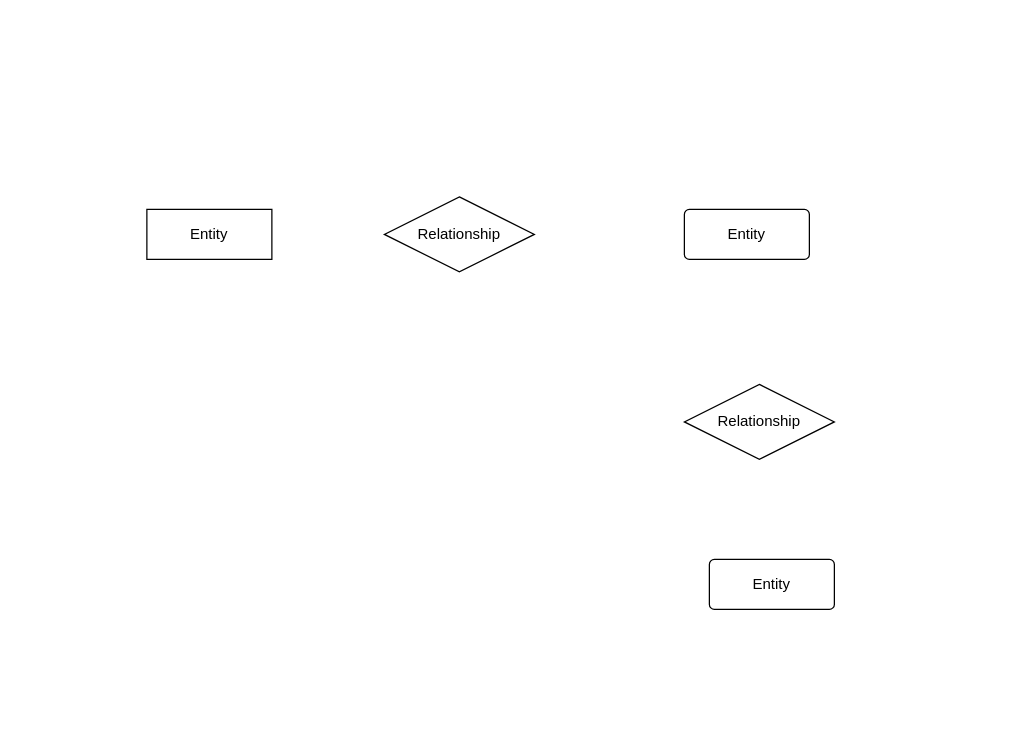
The draw.io diagram Diagrama sin título.drawio in KarlaCNS/pilares, before the edit. Source tidied: cells renumbered, new cells numbered last; positions are measured from the earlier drawing's top-left corner, leaving out a move shared by most shapes. Both pictures are drawn from the tidied source at 125%, with x=0, y=0 at pixel (146, 196).
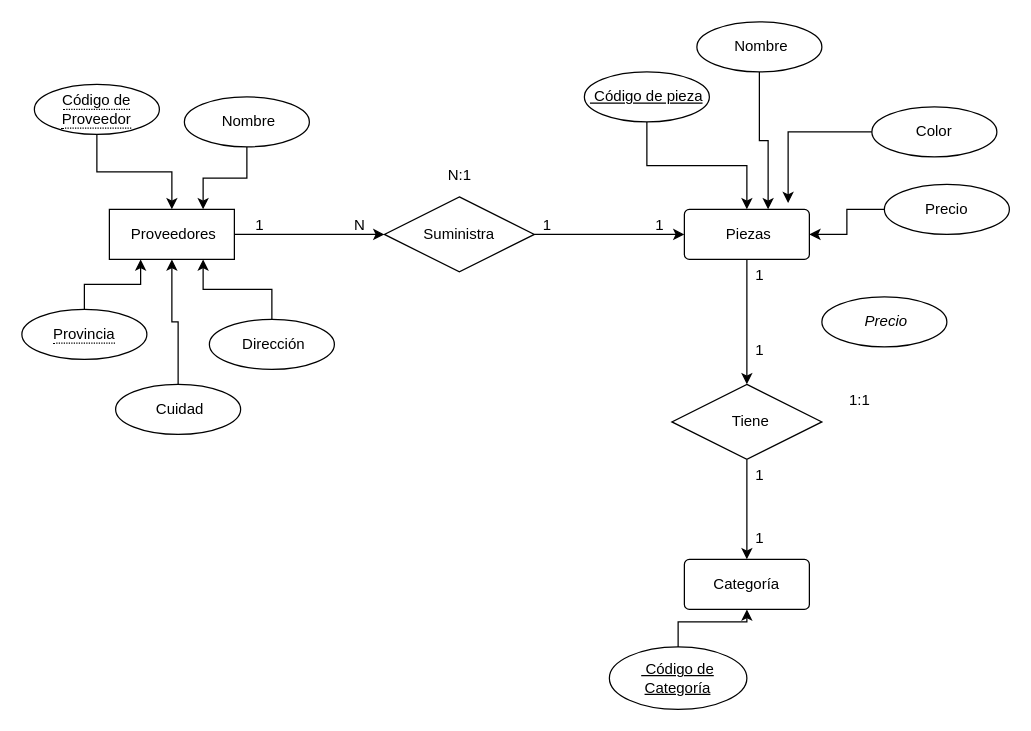
The same page after the edit.

What changed in the source:
```diff
@@
+    <mxCell id="7" style="edgeStyle=orthogonalEdgeStyle;rounded=0;jettySize=auto;html=1;entryX=0;entryY=0.5;entryDx=0;entryDy=0;" parent="1" edge="1" source="2" target="3">
+      <mxGeometry relative="1" as="geometry" />
+    </mxCell>
-    <mxCell id="2" value="Entity" style="whiteSpace=wrap;html=1;align=center;" parent="1" vertex="1">
-      <mxGeometry y="10" width="100" height="40" as="geometry" />
+    <mxCell id="2" value="&amp;nbsp;Proveedores" style="whiteSpace=wrap;html=1;align=center;" parent="1" vertex="1">
+      <mxGeometry x="-30" y="10" width="100" height="40" as="geometry" />
     </mxCell>
+    <mxCell id="8" style="edgeStyle=orthogonalEdgeStyle;rounded=0;jettySize=auto;html=1;entryX=0;entryY=0.5;entryDx=0;entryDy=0;" parent="1" edge="1" source="3" target="4">
+      <mxGeometry relative="1" as="geometry" />
+    </mxCell>
-    <mxCell id="3" value="Relationship" style="shape=rhombus;perimeter=rhombusPerimeter;whiteSpace=wrap;html=1;align=center;" parent="1" vertex="1">
+    <mxCell id="3" value="Suministra" style="shape=rhombus;perimeter=rhombusPerimeter;whiteSpace=wrap;html=1;align=center;" parent="1" vertex="1">
       <mxGeometry x="190" width="120" height="60" as="geometry" />
     </mxCell>
+    <mxCell id="9" style="edgeStyle=orthogonalEdgeStyle;rounded=0;jettySize=auto;html=1;entryX=0.5;entryY=0;entryDx=0;entryDy=0;" parent="1" edge="1" source="4" target="5">
+      <mxGeometry relative="1" as="geometry" />
+    </mxCell>
-    <mxCell id="4" value="Entity" style="rounded=1;arcSize=10;whiteSpace=wrap;html=1;align=center;" parent="1" vertex="1">
+    <mxCell id="4" value="&amp;nbsp;Piezas" style="rounded=1;arcSize=10;whiteSpace=wrap;html=1;align=center;" parent="1" vertex="1">
       <mxGeometry x="430" y="10" width="100" height="40" as="geometry" />
     </mxCell>
+    <mxCell id="10" style="edgeStyle=orthogonalEdgeStyle;rounded=0;jettySize=auto;html=1;entryX=0.5;entryY=0;entryDx=0;entryDy=0;" parent="1" edge="1" source="5" target="6">
+      <mxGeometry relative="1" as="geometry" />
+    </mxCell>
-    <mxCell id="5" value="Relationship" style="shape=rhombus;perimeter=rhombusPerimeter;whiteSpace=wrap;html=1;align=center;" parent="1" vertex="1">
-      <mxGeometry x="430" y="150" width="120" height="60" as="geometry" />
+    <mxCell id="5" value="&amp;nbsp; Tiene" style="shape=rhombus;perimeter=rhombusPerimeter;whiteSpace=wrap;html=1;align=center;" parent="1" vertex="1">
+      <mxGeometry x="420" y="150" width="120" height="60" as="geometry" />
     </mxCell>
-    <mxCell id="6" value="Entity" style="rounded=1;arcSize=10;whiteSpace=wrap;html=1;align=center;" parent="1" vertex="1">
-      <mxGeometry x="450" y="290" width="100" height="40" as="geometry" />
+    <mxCell id="6" value="&amp;nbsp;Categoría&amp;nbsp;" style="rounded=1;arcSize=10;whiteSpace=wrap;html=1;align=center;" parent="1" vertex="1">
+      <mxGeometry x="430" y="290" width="100" height="40" as="geometry" />
     </mxCell>
+    <mxCell id="11" value="1" style="text;html=1;align=center;verticalAlign=middle;strokeColor=none;fillColor=none;" parent="1" vertex="1">
+      <mxGeometry x="75" y="8" width="30" height="30" as="geometry" />
+    </mxCell>
+    <mxCell id="12" value="N" style="text;html=1;align=center;verticalAlign=middle;strokeColor=none;fillColor=none;" parent="1" vertex="1">
+      <mxGeometry x="155" y="8" width="30" height="30" as="geometry" />
+    </mxCell>
+    <mxCell id="13" value="1" style="text;html=1;align=center;verticalAlign=middle;strokeColor=none;fillColor=none;" parent="1" vertex="1">
+      <mxGeometry x="305" y="8" width="30" height="30" as="geometry" />
+    </mxCell>
+    <mxCell id="14" value="1" style="text;html=1;align=center;verticalAlign=middle;strokeColor=none;fillColor=none;" parent="1" vertex="1">
+      <mxGeometry x="395" y="8" width="30" height="30" as="geometry" />
+    </mxCell>
+    <mxCell id="15" value="1" style="text;html=1;align=center;verticalAlign=middle;strokeColor=none;fillColor=none;" parent="1" vertex="1">
+      <mxGeometry x="475" y="48" width="30" height="30" as="geometry" />
+    </mxCell>
+    <mxCell id="16" value="1" style="text;html=1;align=center;verticalAlign=middle;strokeColor=none;fillColor=none;" parent="1" vertex="1">
+      <mxGeometry x="475" y="108" width="30" height="30" as="geometry" />
+    </mxCell>
+    <mxCell id="17" value="1" style="text;html=1;align=center;verticalAlign=middle;strokeColor=none;fillColor=none;" parent="1" vertex="1">
+      <mxGeometry x="475" y="208" width="30" height="30" as="geometry" />
+    </mxCell>
+    <mxCell id="18" value="1" style="text;html=1;align=center;verticalAlign=middle;strokeColor=none;fillColor=none;" parent="1" vertex="1">
+      <mxGeometry x="475" y="258" width="30" height="30" as="geometry" />
+    </mxCell>
+    <mxCell id="19" value="1:1" style="text;html=1;align=center;verticalAlign=middle;strokeColor=none;fillColor=none;" parent="1" vertex="1">
+      <mxGeometry x="550" y="148" width="40" height="30" as="geometry" />
+    </mxCell>
+    <mxCell id="20" value="N:1" style="text;html=1;align=center;verticalAlign=middle;strokeColor=none;fillColor=none;" parent="1" vertex="1">
+      <mxGeometry x="230" y="-32" width="40" height="30" as="geometry" />
+    </mxCell>
+    <mxCell id="21" style="edgeStyle=orthogonalEdgeStyle;rounded=0;jettySize=auto;html=1;entryX=0.5;entryY=0;entryDx=0;entryDy=0;" parent="1" edge="1" source="22" target="2">
+      <mxGeometry relative="1" as="geometry" />
+    </mxCell>
+    <mxCell id="22" value="&lt;span style=&quot;border-bottom: 1px dotted&quot;&gt;Código de Proveedor&lt;/span&gt;" style="ellipse;whiteSpace=wrap;html=1;align=center;" parent="1" vertex="1">
+      <mxGeometry x="-90" y="-90" width="100" height="40" as="geometry" />
+    </mxCell>
+    <mxCell id="23" style="edgeStyle=orthogonalEdgeStyle;rounded=0;jettySize=auto;html=1;entryX=0.5;entryY=0;entryDx=0;entryDy=0;" parent="1" edge="1" source="24" target="4">
+      <mxGeometry relative="1" as="geometry" />
+    </mxCell>
+    <mxCell id="24" value="&lt;u&gt;&amp;nbsp;Código de pieza&lt;/u&gt;" style="ellipse;whiteSpace=wrap;html=1;align=center;" parent="1" vertex="1">
+      <mxGeometry x="350" y="-100" width="100" height="40" as="geometry" />
+    </mxCell>
+    <mxCell id="25" style="edgeStyle=orthogonalEdgeStyle;rounded=0;jettySize=auto;html=1;" parent="1" edge="1" source="26" target="6">
+      <mxGeometry relative="1" as="geometry" />
+    </mxCell>
+    <mxCell id="26" value="&lt;u&gt;&amp;nbsp;Código de Categoría&lt;/u&gt;" style="ellipse;whiteSpace=wrap;html=1;align=center;" parent="1" vertex="1">
+      <mxGeometry x="370" y="360" width="110" height="50" as="geometry" />
+    </mxCell>
+    <mxCell id="27" style="edgeStyle=orthogonalEdgeStyle;rounded=0;jettySize=auto;html=1;exitX=0.5;exitY=0;exitDx=0;exitDy=0;entryX=0.25;entryY=1;entryDx=0;entryDy=0;" parent="1" edge="1" source="28" target="2">
+      <mxGeometry relative="1" as="geometry" />
+    </mxCell>
+    <mxCell id="28" value="&lt;span style=&quot;border-bottom: 1px dotted&quot;&gt;Provincia&lt;/span&gt;" style="ellipse;whiteSpace=wrap;html=1;align=center;" parent="1" vertex="1">
+      <mxGeometry x="-100" y="90" width="100" height="40" as="geometry" />
+    </mxCell>
+    <mxCell id="29" style="edgeStyle=orthogonalEdgeStyle;rounded=0;jettySize=auto;html=1;entryX=0.75;entryY=1;entryDx=0;entryDy=0;" parent="1" edge="1" source="30" target="2">
+      <mxGeometry relative="1" as="geometry" />
+    </mxCell>
+    <mxCell id="30" value="&amp;nbsp;Dirección" style="ellipse;whiteSpace=wrap;html=1;align=center;" parent="1" vertex="1">
+      <mxGeometry x="50" y="98" width="100" height="40" as="geometry" />
+    </mxCell>
+    <mxCell id="31" style="edgeStyle=orthogonalEdgeStyle;rounded=0;jettySize=auto;html=1;entryX=0.5;entryY=1;entryDx=0;entryDy=0;" parent="1" edge="1" source="32" target="2">
+      <mxGeometry relative="1" as="geometry" />
+    </mxCell>
+    <mxCell id="32" value="&amp;nbsp;Cuidad" style="ellipse;whiteSpace=wrap;html=1;align=center;" parent="1" vertex="1">
+      <mxGeometry x="-25" y="150" width="100" height="40" as="geometry" />
+    </mxCell>
+    <mxCell id="33" style="edgeStyle=orthogonalEdgeStyle;rounded=0;jettySize=auto;html=1;entryX=0.75;entryY=0;entryDx=0;entryDy=0;" parent="1" edge="1" source="34" target="2">
+      <mxGeometry relative="1" as="geometry" />
+    </mxCell>
+    <mxCell id="34" value="&amp;nbsp;Nombre" style="ellipse;whiteSpace=wrap;html=1;align=center;" parent="1" vertex="1">
+      <mxGeometry x="30" y="-80" width="100" height="40" as="geometry" />
+    </mxCell>
+    <mxCell id="35" value="&lt;i&gt;&amp;nbsp;Precio&lt;/i&gt;" style="ellipse;whiteSpace=wrap;html=1;align=center;" parent="1" vertex="1">
+      <mxGeometry x="540" y="80" width="100" height="40" as="geometry" />
+    </mxCell>
+    <mxCell id="36" value="Color" style="ellipse;whiteSpace=wrap;html=1;align=center;" parent="1" vertex="1">
+      <mxGeometry x="580" y="-72" width="100" height="40" as="geometry" />
+    </mxCell>
+    <mxCell id="37" style="edgeStyle=orthogonalEdgeStyle;rounded=0;jettySize=auto;html=1;entryX=1;entryY=0.5;entryDx=0;entryDy=0;" parent="1" edge="1" source="38" target="4">
+      <mxGeometry relative="1" as="geometry" />
+    </mxCell>
+    <mxCell id="38" value="Precio" style="ellipse;whiteSpace=wrap;html=1;align=center;" parent="1" vertex="1">
+      <mxGeometry x="590" y="-10" width="100" height="40" as="geometry" />
+    </mxCell>
+    <mxCell id="39" value="&amp;nbsp;Nombre" style="ellipse;whiteSpace=wrap;html=1;align=center;" parent="1" vertex="1">
+      <mxGeometry x="440" y="-140" width="100" height="40" as="geometry" />
+    </mxCell>
+    <mxCell id="40" style="edgeStyle=orthogonalEdgeStyle;rounded=0;jettySize=auto;html=1;entryX=0.83;entryY=-0.125;entryDx=0;entryDy=0;entryPerimeter=0;" parent="1" edge="1" source="36" target="4">
+      <mxGeometry relative="1" as="geometry" />
+    </mxCell>
+    <mxCell id="41" style="edgeStyle=orthogonalEdgeStyle;rounded=0;jettySize=auto;html=1;entryX=0.67;entryY=0;entryDx=0;entryDy=0;entryPerimeter=0;" parent="1" edge="1" source="39" target="4">
+      <mxGeometry relative="1" as="geometry" />
+    </mxCell>
```
